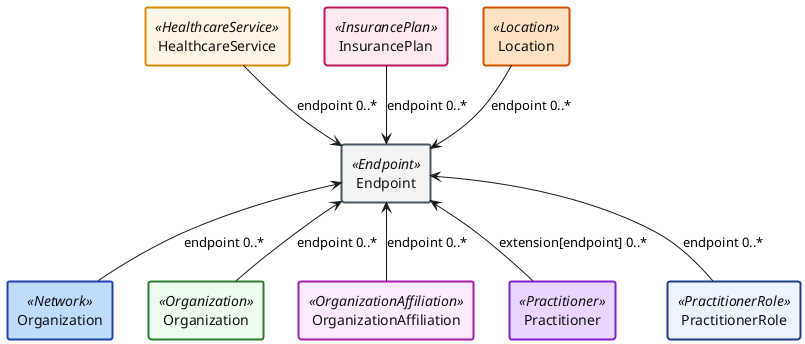
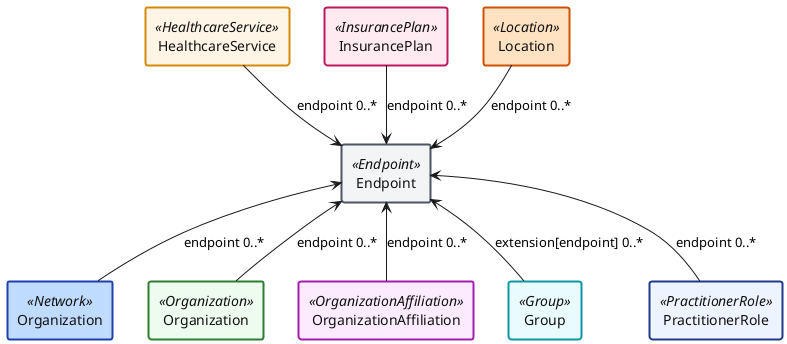
@startuml

skinparam agent {
	FontColor #111111
	BorderThickness 2
	BackgroundColor<<Endpoint>> #F3F4F6
	BorderColor<<Endpoint>> #4B5563
	BackgroundColor<<HealthcareService>> #FFF5E6
	BorderColor<<HealthcareService>> #D48806
	BackgroundColor<<InsurancePlan>> #FFEAF1
	BorderColor<<InsurancePlan>> #BE185D
	BackgroundColor<<Location>> #FFE2C2
	BorderColor<<Location>> #CC5200
	BackgroundColor<<Network>> #BFDBFE
	BorderColor<<Network>> #1E40AF
	BackgroundColor<<Organization>> #EEFBEF
	BorderColor<<Organization>> #2E7D32
	BackgroundColor<<OrganizationAffiliation>> #FCEBFF
	BorderColor<<OrganizationAffiliation>> #A21CAF
- 	BackgroundColor<<Practitioner>> #E9D5FF
- 	BorderColor<<Practitioner>> #7E22CE
+ 	BackgroundColor<<Group>> #EAFBFD
+ 	BorderColor<<Group>> #0E95A3
	BackgroundColor<<PractitionerRole>> #EEF4FF
	BorderColor<<PractitionerRole>> #1E3A8A
}

agent Endpoint as endpoint <<Endpoint>>
agent HealthcareService as healthcareService <<HealthcareService>>
agent InsurancePlan as insurance <<InsurancePlan>>
agent Location as location <<Location>>
agent Organization as network <<Network>>
agent Organization as organization <<Organization>>
agent OrganizationAffiliation as organizationaffiliation <<OrganizationAffiliation>>
- agent Practitioner as practitioner <<Practitioner>>
+ agent Group as group <<Group>>
agent PractitionerRole as practitionerrole <<PractitionerRole>>


healthcareService -down-> endpoint : "endpoint 0..*"
insurance -down-> endpoint : "endpoint 0..*"
location -down-> endpoint : "endpoint 0..*"
network -up-> endpoint : "endpoint 0..*"
organization -up-> endpoint : "endpoint 0..*"
organizationaffiliation -up-> endpoint : "endpoint 0..*"
- practitioner -up-> endpoint : "extension[endpoint] 0..*"
+ group -up-> endpoint : "extension[endpoint] 0..*"
practitionerrole -up-> endpoint : "endpoint 0..*"

@enduml